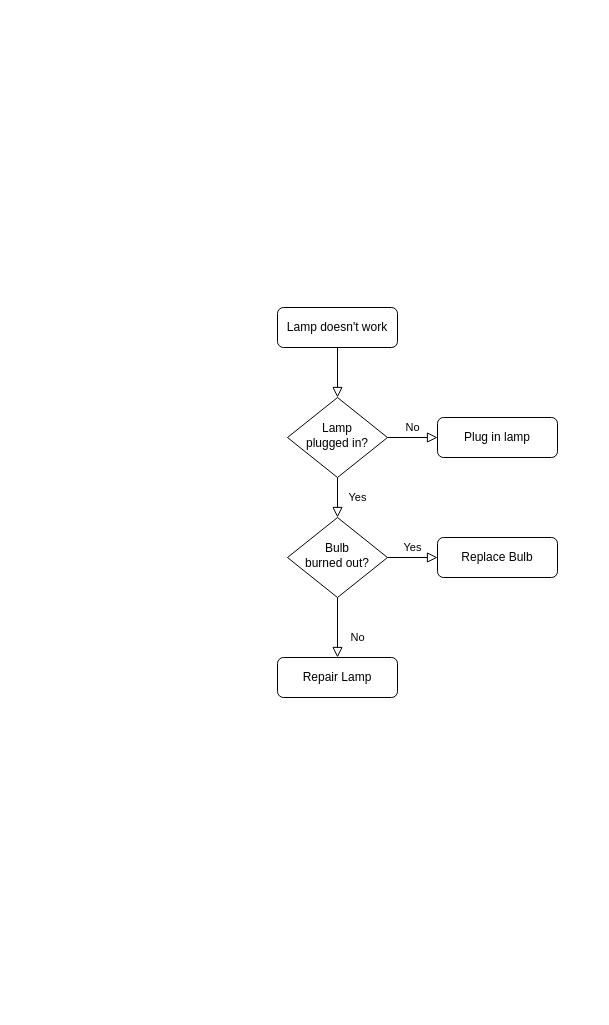
Above: 未命名绘图.drawio in miraclehifi/Web (draw.io), before the change. Source tidied: cells renumbered, new cells numbered last; positions are measured from the earlier drawing's top-left corner, leaving out a move shared by most shapes. Both pictures are drawn from the tidied source at 100%, with x=0, y=0 at pixel (277, 307).
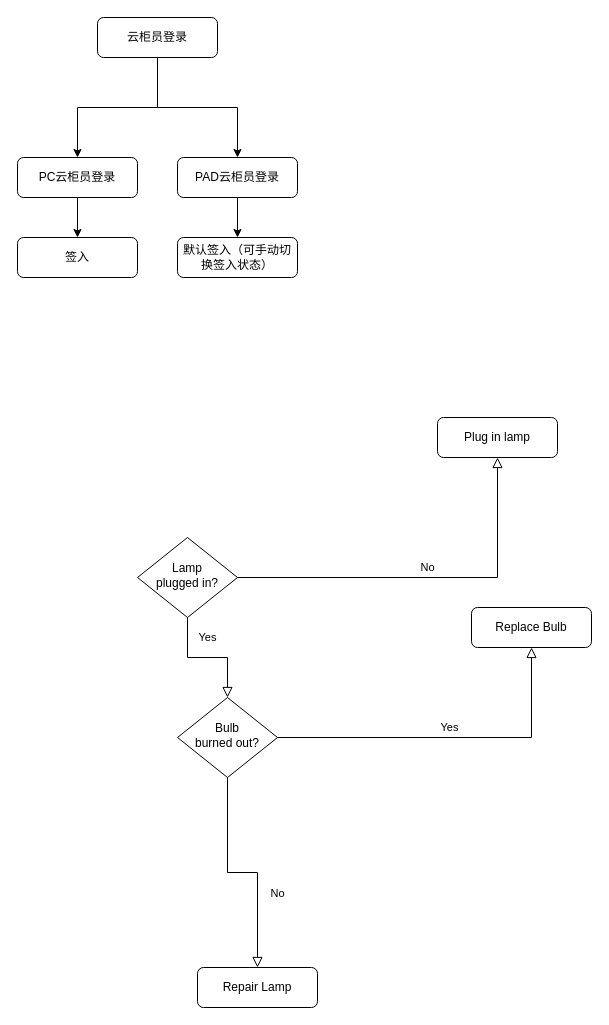
After the change.

Commit message (it also covers changes not shown here):
更新未命名绘图.drawio

What changed in the source:
```diff
@@
 <mxGraphModel>
   <root>
     <mxCell id="0" />
     <mxCell id="1" parent="0" />
-    <mxCell id="2" style="rounded=0;html=1;jettySize=auto;fontSize=11;endArrow=block;endFill=0;endSize=8;strokeWidth=1;shadow=0;labelBackgroundColor=none;edgeStyle=orthogonalEdgeStyle;" parent="1" edge="1" source="3" target="6">
-      <mxGeometry relative="1" as="geometry" />
-    </mxCell>
+    <mxCell id="13" style="edgeStyle=orthogonalEdgeStyle;rounded=0;jettySize=auto;html=1;exitX=0.5;exitY=1;exitDx=0;exitDy=0;entryX=0.5;entryY=0;entryDx=0;entryDy=0;" parent="1" edge="1" source="3" target="16">
+      <mxGeometry relative="1" as="geometry" />
+    </mxCell>
+    <mxCell id="14" style="edgeStyle=orthogonalEdgeStyle;rounded=0;jettySize=auto;html=1;entryX=0.5;entryY=0;entryDx=0;entryDy=0;" parent="1" edge="1" source="3" target="18">
+      <mxGeometry relative="1" as="geometry" />
+    </mxCell>
-    <mxCell id="3" value="Lamp doesn't work" style="rounded=1;whiteSpace=wrap;html=1;fontSize=12;glass=0;strokeWidth=1;shadow=0;" parent="1" vertex="1">
-      <mxGeometry width="120" height="40" as="geometry" />
+    <mxCell id="3" value="云柜员登录" style="rounded=1;whiteSpace=wrap;html=1;fontSize=12;glass=0;strokeWidth=1;shadow=0;" parent="1" vertex="1">
+      <mxGeometry x="-180" y="-290" width="120" height="40" as="geometry" />
     </mxCell>
     <mxCell id="4" value="Yes" style="rounded=0;html=1;jettySize=auto;fontSize=11;endArrow=block;endFill=0;endSize=8;strokeWidth=1;shadow=0;labelBackgroundColor=none;edgeStyle=orthogonalEdgeStyle;" parent="1" edge="1" source="6" target="10">
       <mxGeometry y="20" relative="1" as="geometry" />
     </mxCell>
     <mxCell id="5" value="No" style="edgeStyle=orthogonalEdgeStyle;rounded=0;html=1;jettySize=auto;fontSize=11;endArrow=block;endFill=0;endSize=8;strokeWidth=1;shadow=0;labelBackgroundColor=none;" parent="1" edge="1" source="6" target="7">
       <mxGeometry y="10" relative="1" as="geometry" />
     </mxCell>
     <mxCell id="6" value="Lamp&lt;br&gt;plugged in?" style="rhombus;whiteSpace=wrap;html=1;shadow=0;fontFamily=Helvetica;fontSize=12;align=center;strokeWidth=1;spacing=6;spacingTop=-4;" parent="1" vertex="1">
-      <mxGeometry x="10" y="90" width="100" height="80" as="geometry" />
+      <mxGeometry x="-140" y="230" width="100" height="80" as="geometry" />
     </mxCell>
     <mxCell id="7" value="Plug in lamp" style="rounded=1;whiteSpace=wrap;html=1;fontSize=12;glass=0;strokeWidth=1;shadow=0;" parent="1" vertex="1">
       <mxGeometry x="160" y="110" width="120" height="40" as="geometry" />
     </mxCell>
     <mxCell id="8" value="No" style="rounded=0;html=1;jettySize=auto;fontSize=11;endArrow=block;endFill=0;endSize=8;strokeWidth=1;shadow=0;labelBackgroundColor=none;edgeStyle=orthogonalEdgeStyle;" parent="1" edge="1" source="10" target="11">
       <mxGeometry x="0.33" y="20" relative="1" as="geometry" />
     </mxCell>
     <mxCell id="9" value="Yes" style="edgeStyle=orthogonalEdgeStyle;rounded=0;html=1;jettySize=auto;fontSize=11;endArrow=block;endFill=0;endSize=8;strokeWidth=1;shadow=0;labelBackgroundColor=none;" parent="1" edge="1" source="10" target="12">
       <mxGeometry y="10" relative="1" as="geometry" />
     </mxCell>
     <mxCell id="10" value="Bulb&lt;br&gt;burned out?" style="rhombus;whiteSpace=wrap;html=1;shadow=0;fontFamily=Helvetica;fontSize=12;align=center;strokeWidth=1;spacing=6;spacingTop=-4;" parent="1" vertex="1">
-      <mxGeometry x="10" y="210" width="100" height="80" as="geometry" />
+      <mxGeometry x="-100" y="390" width="100" height="80" as="geometry" />
     </mxCell>
     <mxCell id="11" value="Repair Lamp" style="rounded=1;whiteSpace=wrap;html=1;fontSize=12;glass=0;strokeWidth=1;shadow=0;" parent="1" vertex="1">
-      <mxGeometry y="350" width="120" height="40" as="geometry" />
+      <mxGeometry x="-80" y="660" width="120" height="40" as="geometry" />
     </mxCell>
     <mxCell id="12" value="Replace Bulb" style="rounded=1;whiteSpace=wrap;html=1;fontSize=12;glass=0;strokeWidth=1;shadow=0;" parent="1" vertex="1">
-      <mxGeometry x="160" y="230" width="120" height="40" as="geometry" />
+      <mxGeometry x="194" y="300" width="120" height="40" as="geometry" />
     </mxCell>
+    <mxCell id="15" style="edgeStyle=orthogonalEdgeStyle;rounded=0;jettySize=auto;html=1;exitX=0.5;exitY=1;exitDx=0;exitDy=0;entryX=0.5;entryY=0;entryDx=0;entryDy=0;" parent="1" edge="1" source="16" target="19">
+      <mxGeometry relative="1" as="geometry" />
+    </mxCell>
+    <mxCell id="16" value="PC云柜员登录" style="rounded=1;whiteSpace=wrap;html=1;fontSize=12;glass=0;strokeWidth=1;shadow=0;" parent="1" vertex="1">
+      <mxGeometry x="-260" y="-150" width="120" height="40" as="geometry" />
+    </mxCell>
+    <mxCell id="17" style="edgeStyle=orthogonalEdgeStyle;rounded=0;jettySize=auto;html=1;exitX=0.5;exitY=1;exitDx=0;exitDy=0;entryX=0.5;entryY=0;entryDx=0;entryDy=0;" parent="1" edge="1" source="18" target="20">
+      <mxGeometry relative="1" as="geometry" />
+    </mxCell>
+    <mxCell id="18" value="PAD云柜员登录" style="rounded=1;whiteSpace=wrap;html=1;fontSize=12;glass=0;strokeWidth=1;shadow=0;" parent="1" vertex="1">
+      <mxGeometry x="-100" y="-150" width="120" height="40" as="geometry" />
+    </mxCell>
+    <mxCell id="19" value="签入" style="rounded=1;whiteSpace=wrap;html=1;fontSize=12;glass=0;strokeWidth=1;shadow=0;" parent="1" vertex="1">
+      <mxGeometry x="-260" y="-70" width="120" height="40" as="geometry" />
+    </mxCell>
+    <mxCell id="20" value="默认签入（可手动切换签入状态）" style="rounded=1;whiteSpace=wrap;html=1;fontSize=12;glass=0;strokeWidth=1;shadow=0;" parent="1" vertex="1">
+      <mxGeometry x="-100" y="-70" width="120" height="40" as="geometry" />
+    </mxCell>
   </root>
 </mxGraphModel>
```
